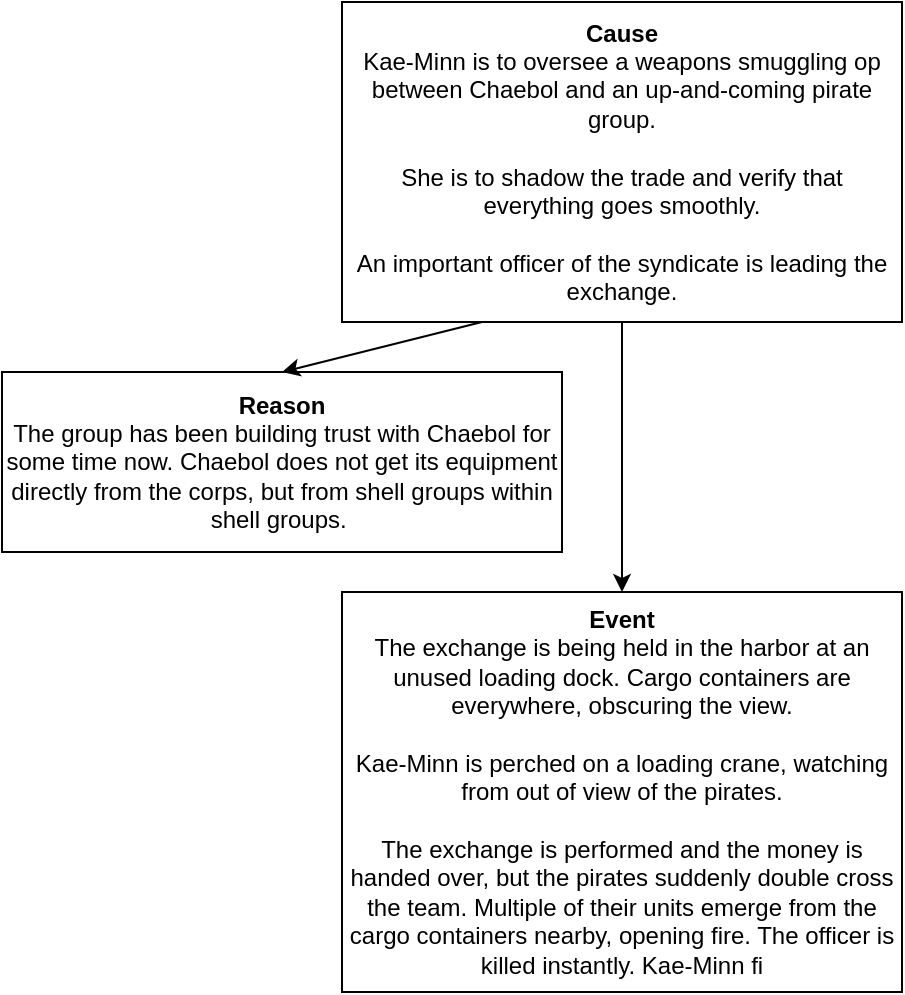
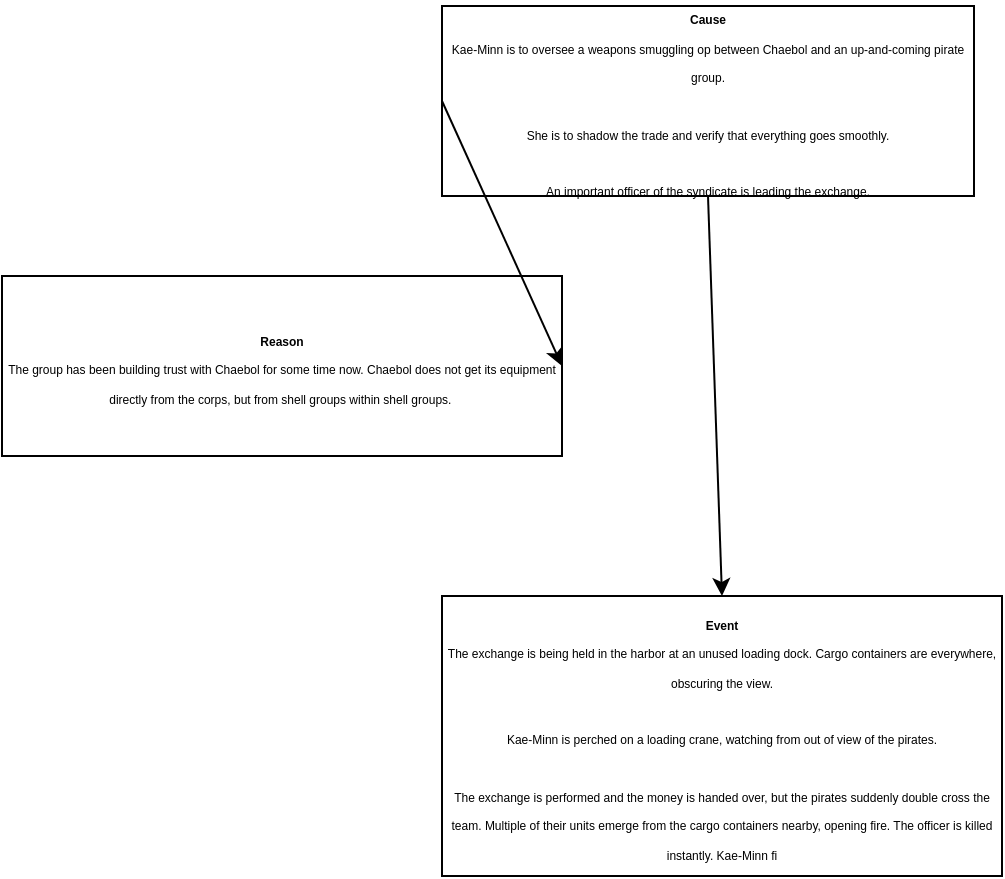
<mxfile host="app.diagrams.net" agent="5.0 (Macintosh; Intel Mac OS X 10_15_7) AppleWebKit/537.36 (KHTML, like Gecko) Chrome/109.0.0.0 Safari/537.36">
  <diagram name="Page-1" id="2YBvvXClWsGukQMizWep">
-     <mxGraphModel dx="710" dy="368" grid="1" gridSize="10" guides="1" tooltips="1" connect="1" arrows="1" fold="1" page="1" pageScale="1" pageWidth="850" pageHeight="1100" math="0" shadow="0">
+     <mxGraphModel dx="687" dy="356" grid="1" gridSize="10" guides="1" tooltips="1" connect="1" arrows="1" fold="1" page="1" pageScale="1" pageWidth="850" pageHeight="1100" math="0" shadow="0">
      <root>
        <mxCell id="0" />
        <mxCell id="1" parent="0" />
-         <mxCell id="WD_lBp7OyrhRz48vkECi-2" parent="1" style="text;html=1;whiteSpace=wrap;strokeColor=default;fillColor=default;align=center;verticalAlign=middle;rounded=0;imageAspect=1;autosize=1;fixedWidth=1;resizeHeight=1;" value="&lt;div align=&quot;center&quot;&gt;&lt;b style=&quot;background-color: light-dark(#ffffff, var(--ge-dark-color, #121212));&quot;&gt;Cause&lt;/b&gt;&lt;/div&gt;&lt;div align=&quot;center&quot;&gt;&lt;span style=&quot;background-color: light-dark(#ffffff, var(--ge-dark-color, #121212));&quot;&gt;Kae-Minn is to oversee a weapons smuggling op between Chaebol and an up-and-coming pirate group.&lt;/span&gt;&lt;br&gt;&lt;br&gt;She is to shadow the trade and verify that everything goes smoothly.&lt;/div&gt;&lt;div align=&quot;center&quot;&gt;&lt;br&gt;&lt;/div&gt;&lt;div align=&quot;center&quot;&gt;An important officer of the syndicate is leading the exchange.&lt;/div&gt;" vertex="1">
-           <mxGeometry height="160" width="280" x="260" y="85" as="geometry" />
+         <mxCell id="WD_lBp7OyrhRz48vkECi-2" parent="1" style="text;html=1;whiteSpace=wrap;strokeColor=default;fillColor=default;align=center;verticalAlign=middle;rounded=0;imageAspect=1;autosize=1;fixedWidth=1;resizeHeight=1;labelPosition=center;verticalLabelPosition=middle;" value="&lt;div align=&quot;center&quot;&gt;&lt;font style=&quot;font-size: 6px;&quot;&gt;&lt;b style=&quot;background-color: light-dark(#ffffff, var(--ge-dark-color, #121212));&quot;&gt;Cause&lt;/b&gt;&lt;/font&gt;&lt;/div&gt;&lt;div align=&quot;center&quot;&gt;&lt;font style=&quot;font-size: 6px;&quot;&gt;&lt;span style=&quot;background-color: light-dark(#ffffff, var(--ge-dark-color, #121212));&quot;&gt;Kae-Minn is to oversee a weapons smuggling op between Chaebol and an up-and-coming pirate group.&lt;/span&gt;&lt;br&gt;&lt;br&gt;She is to shadow the trade and verify that everything goes smoothly.&lt;/font&gt;&lt;/div&gt;&lt;div align=&quot;center&quot;&gt;&lt;font style=&quot;font-size: 6px;&quot;&gt;&lt;br&gt;&lt;/font&gt;&lt;/div&gt;&lt;div align=&quot;center&quot;&gt;&lt;font style=&quot;font-size: 6px;&quot;&gt;An important officer of the syndicate is leading the exchange.&lt;/font&gt;&lt;/div&gt;" vertex="1">
+           <mxGeometry height="95" width="266" x="260" y="115" as="geometry" />
        </mxCell>
-         <mxCell id="WD_lBp7OyrhRz48vkECi-3" parent="1" style="text;html=1;whiteSpace=wrap;strokeColor=default;fillColor=default;align=center;verticalAlign=middle;rounded=0;" value="&lt;div align=&quot;center&quot;&gt;&lt;b&gt;Reason&lt;/b&gt;&lt;/div&gt;&lt;div align=&quot;center&quot;&gt;The group has been building trust with Chaebol for some time now. Chaebol does not get its equipment directly from the corps, but from shell groups within shell groups.&amp;nbsp;&lt;/div&gt;" vertex="1">
-           <mxGeometry height="90" width="280" x="90" y="270" as="geometry" />
+         <mxCell id="WD_lBp7OyrhRz48vkECi-3" parent="1" style="text;html=1;whiteSpace=wrap;strokeColor=default;fillColor=default;align=center;verticalAlign=middle;rounded=0;" value="&lt;div align=&quot;center&quot;&gt;&lt;font style=&quot;font-size: 6px;&quot;&gt;&lt;b&gt;Reason&lt;/b&gt;&lt;/font&gt;&lt;/div&gt;&lt;div align=&quot;center&quot;&gt;&lt;font style=&quot;font-size: 6px;&quot;&gt;The group has been building trust with Chaebol for some time now. Chaebol does not get its equipment directly from the corps, but from shell groups within shell groups.&amp;nbsp;&lt;/font&gt;&lt;/div&gt;" vertex="1">
+           <mxGeometry height="90" width="280" x="40" y="250" as="geometry" />
        </mxCell>
-         <mxCell id="WD_lBp7OyrhRz48vkECi-7" edge="1" parent="1" source="WD_lBp7OyrhRz48vkECi-2" style="endArrow=classic;html=1;rounded=0;exitX=0.25;exitY=1;exitDx=0;exitDy=0;entryX=0.5;entryY=0;entryDx=0;entryDy=0;" target="WD_lBp7OyrhRz48vkECi-3" value="">
-           <mxGeometry height="50" relative="1" width="50" as="geometry">
-             <mxPoint x="400" y="220" as="sourcePoint" />
-             <mxPoint x="450" y="170" as="targetPoint" />
-           </mxGeometry>
-         </mxCell>
-         <mxCell id="WD_lBp7OyrhRz48vkECi-10" parent="1" style="text;html=1;whiteSpace=wrap;strokeColor=default;fillColor=default;align=center;verticalAlign=middle;rounded=0;imageAspect=1;autosize=1;fixedWidth=1;resizeHeight=1;" value="&lt;div&gt;&lt;b&gt;Event&lt;/b&gt;&lt;/div&gt;&lt;div&gt;The exchange is being held in the harbor at an unused loading dock. Cargo containers are everywhere, obscuring the view.&lt;/div&gt;&lt;div&gt;&lt;br&gt;&lt;/div&gt;&lt;div&gt;Kae-Minn is perched on a loading crane, watching from out of view of the pirates.&lt;/div&gt;&lt;div&gt;&lt;br&gt;&lt;/div&gt;&lt;div&gt;The exchange is performed and the money is handed over, but the pirates suddenly double cross the team.&amp;nbsp;Multiple of their units emerge from the cargo containers nearby, opening fire. The officer is killed instantly. Kae-Minn fi&lt;/div&gt;" vertex="1">
-           <mxGeometry height="200" width="280" x="260" y="380" as="geometry" />
+         <mxCell id="WD_lBp7OyrhRz48vkECi-10" parent="1" style="text;html=1;whiteSpace=wrap;strokeColor=default;fillColor=default;align=center;verticalAlign=middle;rounded=0;imageAspect=1;autosize=1;fixedWidth=1;resizeHeight=1;" value="&lt;div&gt;&lt;font style=&quot;font-size: 6px;&quot;&gt;&lt;b&gt;Event&lt;/b&gt;&lt;/font&gt;&lt;/div&gt;&lt;div&gt;&lt;font style=&quot;font-size: 6px;&quot;&gt;The exchange is being held in the harbor at an unused loading dock. Cargo containers are everywhere, obscuring the view.&lt;/font&gt;&lt;/div&gt;&lt;div&gt;&lt;font style=&quot;font-size: 6px;&quot;&gt;&lt;br&gt;&lt;/font&gt;&lt;/div&gt;&lt;div&gt;&lt;font style=&quot;font-size: 6px;&quot;&gt;Kae-Minn is perched on a loading crane, watching from out of view of the pirates.&lt;/font&gt;&lt;/div&gt;&lt;div&gt;&lt;font style=&quot;font-size: 6px;&quot;&gt;&lt;br&gt;&lt;/font&gt;&lt;/div&gt;&lt;div&gt;&lt;font style=&quot;font-size: 6px;&quot;&gt;The exchange is performed and the money is handed over, but the pirates suddenly double cross the team.&amp;nbsp;Multiple of their units emerge from the cargo containers nearby, opening fire. The officer is killed instantly. Kae-Minn fi&lt;/font&gt;&lt;/div&gt;" vertex="1">
+           <mxGeometry height="140" width="280" x="260" y="410" as="geometry" />
        </mxCell>
        <mxCell id="WD_lBp7OyrhRz48vkECi-12" edge="1" parent="1" source="WD_lBp7OyrhRz48vkECi-2" style="endArrow=classic;html=1;rounded=0;exitX=0.5;exitY=1;exitDx=0;exitDy=0;entryX=0.5;entryY=0;entryDx=0;entryDy=0;" target="WD_lBp7OyrhRz48vkECi-10" value="">
          <mxGeometry height="50" relative="1" width="50" as="geometry">
            <mxPoint x="420" y="410" as="sourcePoint" />
            <mxPoint x="470" y="360" as="targetPoint" />
          </mxGeometry>
        </mxCell>
+         <mxCell id="2lVWURBgC8E-njB588qe-1" edge="1" parent="1" source="WD_lBp7OyrhRz48vkECi-2" style="endArrow=classic;html=1;rounded=0;exitX=0;exitY=0.5;exitDx=0;exitDy=0;entryX=1;entryY=0.5;entryDx=0;entryDy=0;" target="WD_lBp7OyrhRz48vkECi-3" value="">
+           <mxGeometry height="50" relative="1" width="50" as="geometry">
+             <mxPoint x="350" y="250" as="sourcePoint" />
+             <mxPoint x="400" y="200" as="targetPoint" />
+           </mxGeometry>
+         </mxCell>
      </root>
    </mxGraphModel>
  </diagram>
</mxfile>
